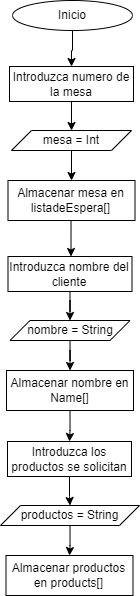
The draw.io diagram Toma de pedidos.png in dasamepu/Flujo-de-funciones-para-encapsular-algoritmos, before a commit. Source tidied: cells renumbered, new cells last; positions are measured from the earlier drawing's top-left corner, leaving out a move shared by most shapes.
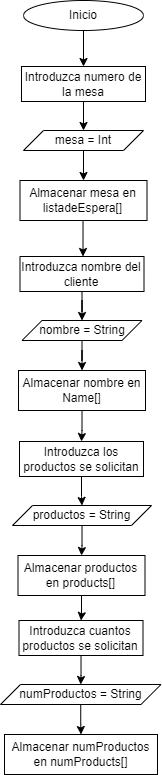
After the commit.

Change to the diagram source:
```diff
@@ -6,7 +6,7 @@
       <mxGeometry relative="1" as="geometry" />
     </mxCell>
     <mxCell id="3" value="Inicio" style="ellipse;whiteSpace=wrap;html=1;" parent="1" vertex="1">
-      <mxGeometry x="12" width="120" height="30" as="geometry" />
+      <mxGeometry x="11" width="120" height="30" as="geometry" />
     </mxCell>
     <mxCell id="4" style="edgeStyle=orthogonalEdgeStyle;rounded=0;jettySize=auto;html=1;entryX=0.5;entryY=0;entryDx=0;entryDy=0;" parent="1" edge="1" source="5" target="7">
       <mxGeometry relative="1" as="geometry" />
@@ -59,8 +59,26 @@
     <mxCell id="19" value="productos = String" style="shape=parallelogram;perimeter=parallelogramPerimeter;whiteSpace=wrap;html=1;fixedSize=1;" parent="1" vertex="1">
       <mxGeometry y="505" width="139" height="20" as="geometry" />
     </mxCell>
+    <mxCell id="21" style="edgeStyle=orthogonalEdgeStyle;rounded=0;jettySize=auto;html=1;entryX=0.5;entryY=0;entryDx=0;entryDy=0;" parent="1" edge="1" source="20" target="23">
+      <mxGeometry relative="1" as="geometry" />
+    </mxCell>
     <mxCell id="20" value="Almacenar productos en products[]" style="whiteSpace=wrap;html=1;" parent="1" vertex="1">
       <mxGeometry x="5.5" y="555" width="127" height="40" as="geometry" />
     </mxCell>
+    <mxCell id="22" style="edgeStyle=orthogonalEdgeStyle;rounded=0;jettySize=auto;html=1;entryX=0.5;entryY=0;entryDx=0;entryDy=0;" parent="1" edge="1" source="23" target="25">
+      <mxGeometry relative="1" as="geometry" />
+    </mxCell>
+    <mxCell id="23" value="Introduzca cuantos productos se solicitan" style="whiteSpace=wrap;html=1;" parent="1" vertex="1">
+      <mxGeometry x="6.5" y="620" width="124" height="35" as="geometry" />
+    </mxCell>
+    <mxCell id="24" style="edgeStyle=orthogonalEdgeStyle;rounded=0;jettySize=auto;html=1;" parent="1" edge="1" source="25" target="26">
+      <mxGeometry relative="1" as="geometry" />
+    </mxCell>
+    <mxCell id="25" value="numProductos = String" style="shape=parallelogram;perimeter=parallelogramPerimeter;whiteSpace=wrap;html=1;fixedSize=1;" parent="1" vertex="1">
+      <mxGeometry x="-12" y="684" width="160.5" height="20" as="geometry" />
+    </mxCell>
+    <mxCell id="26" value="Almacenar numProductos en numProducts[]" style="whiteSpace=wrap;html=1;" parent="1" vertex="1">
+      <mxGeometry x="-8" y="734" width="153" height="40" as="geometry" />
+    </mxCell>
   </root>
 </mxGraphModel>
```
